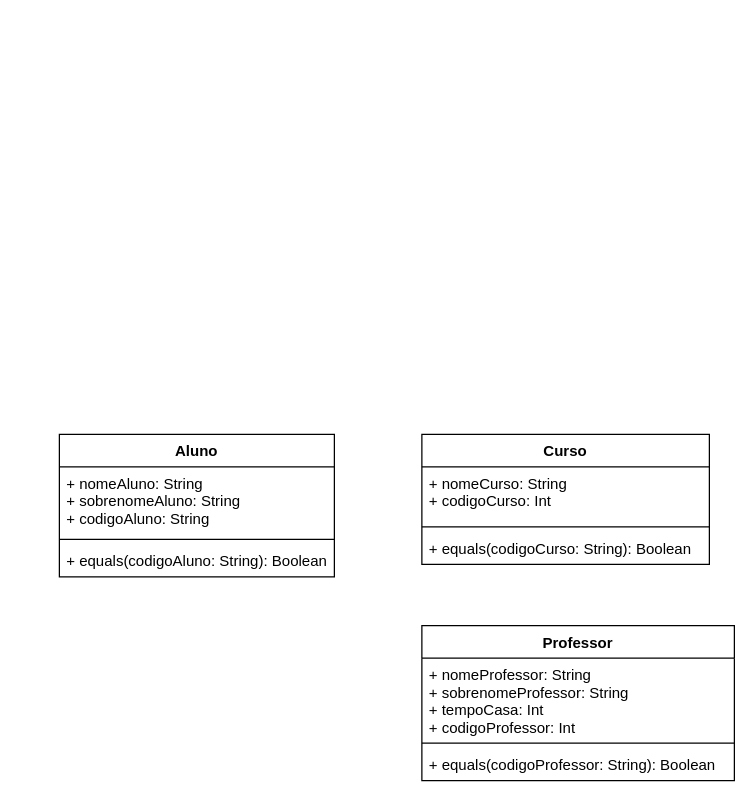
The draw.io diagram DesafioKotlin_UML.drawio in marina-saito/DH_Desafio_Kotlin, before the edit. Source tidied: cells renumbered, new cells numbered last; positions are measured from the earlier drawing's top-left corner, leaving out a move shared by most shapes. Both pictures are drawn from the tidied source at 125%, with x=0, y=0 at pixel (59, 434).
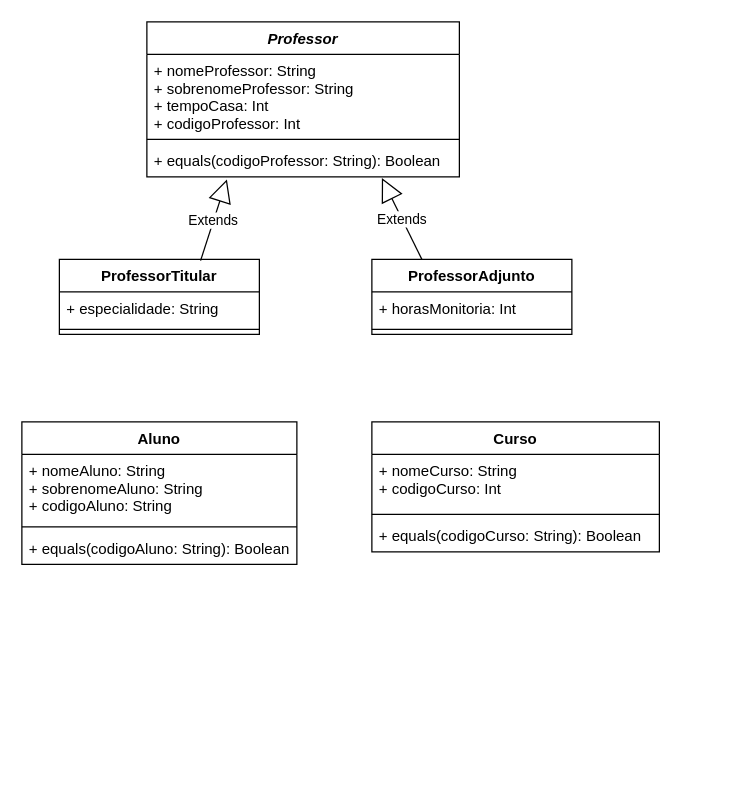
The same diagram, later.

Commit message (it also covers changes not shown here):
Parte D - Abstração da classe Professor e criação das classes ProfessorTitular e ProfesorAdjunto

What changed in the source:
```diff
@@
+    <mxCell id="14" value="ProfessorTitular" style="swimlane;fontStyle=1;align=center;verticalAlign=top;horizontal=1;startSize=26;" parent="1" vertex="1">
+      <mxGeometry y="-140" width="160" height="60" as="geometry" />
+    </mxCell>
+    <mxCell id="15" value="+ especialidade: String" style="text;strokeColor=none;fillColor=none;align=left;verticalAlign=top;spacingLeft=4;spacingRight=4;overflow=hidden;" parent="14" vertex="1">
+      <mxGeometry y="26" width="160" height="26" as="geometry" />
+    </mxCell>
+    <mxCell id="16" style="line;strokeWidth=1;fillColor=none;align=left;verticalAlign=middle;spacingTop=-1;spacingLeft=3;spacingRight=3;labelPosition=right;" parent="14" vertex="1">
+      <mxGeometry y="52" width="160" height="8" as="geometry" />
+    </mxCell>
+    <mxCell id="17" value="ProfessorAdjunto" style="swimlane;fontStyle=1;align=center;verticalAlign=top;horizontal=1;startSize=26;" parent="1" vertex="1">
+      <mxGeometry x="250" y="-140" width="160" height="60" as="geometry" />
+    </mxCell>
+    <mxCell id="18" value="+ horasMonitoria: Int" style="text;strokeColor=none;fillColor=none;align=left;verticalAlign=top;spacingLeft=4;spacingRight=4;overflow=hidden;" parent="17" vertex="1">
+      <mxGeometry y="26" width="160" height="26" as="geometry" />
+    </mxCell>
+    <mxCell id="19" style="line;strokeWidth=1;fillColor=none;align=left;verticalAlign=middle;spacingTop=-1;spacingLeft=3;spacingRight=3;labelPosition=right;" parent="17" vertex="1">
+      <mxGeometry y="52" width="160" height="8" as="geometry" />
+    </mxCell>
+    <mxCell id="10" value="Professor" style="swimlane;fontStyle=3;align=center;verticalAlign=top;horizontal=1;startSize=26;" parent="1" vertex="1">
+      <mxGeometry x="70" y="-330" width="250" height="124" as="geometry" />
+    </mxCell>
+    <mxCell id="11" value="+ nomeProfessor: String&#10;+ sobrenomeProfessor: String&#10;+ tempoCasa: Int&#10;+ codigoProfessor: Int" style="text;strokeColor=none;fillColor=none;align=left;verticalAlign=top;spacingLeft=4;spacingRight=4;overflow=hidden;" parent="10" vertex="1">
+      <mxGeometry y="26" width="250" height="64" as="geometry" />
+    </mxCell>
+    <mxCell id="12" style="line;strokeWidth=1;fillColor=none;align=left;verticalAlign=middle;spacingTop=-1;spacingLeft=3;spacingRight=3;labelPosition=right;" parent="10" vertex="1">
+      <mxGeometry y="90" width="250" height="8" as="geometry" />
+    </mxCell>
+    <mxCell id="13" value="+ equals(codigoProfessor: String): Boolean" style="text;strokeColor=none;fillColor=none;align=left;verticalAlign=top;spacingLeft=4;spacingRight=4;overflow=hidden;points=[[0,0.5],[1,0.5]];portConstraint=eastwest;" parent="10" vertex="1">
+      <mxGeometry y="98" width="250" height="26" as="geometry" />
+    </mxCell>
+    <mxCell id="20" value="Extends" style="endArrow=block;endSize=16;endFill=0;html=1;exitX=0.706;exitY=0.017;exitDx=0;exitDy=0;entryX=0.256;entryY=1.077;entryDx=0;entryDy=0;entryPerimeter=0;exitPerimeter=0;" parent="1" edge="1" source="14" target="13">
+      <mxGeometry relative="1" as="geometry" />
+    </mxCell>
+    <mxCell id="21" value="Extends" style="endArrow=block;endSize=16;endFill=0;html=1;exitX=0.25;exitY=0;exitDx=0;exitDy=0;entryX=0.752;entryY=1.038;entryDx=0;entryDy=0;entryPerimeter=0;" parent="1" edge="1" source="17" target="13">
+      <mxGeometry relative="1" as="geometry" />
+    </mxCell>
     <mxCell id="2" value="Aluno" style="swimlane;fontStyle=1;align=center;verticalAlign=top;horizontal=1;startSize=26;" parent="1" vertex="1">
-      <mxGeometry width="220" height="114" as="geometry" />
+      <mxGeometry x="-30" y="-10" width="220" height="114" as="geometry" />
     </mxCell>
@@
     <mxCell id="6" value="Curso" style="swimlane;fontStyle=1;align=center;verticalAlign=top;horizontal=1;startSize=26;" parent="1" vertex="1">
-      <mxGeometry x="290" width="230" height="104" as="geometry" />
+      <mxGeometry x="250" y="-10" width="230" height="104" as="geometry" />
     </mxCell>
@@
-    <mxCell id="10" value="Professor" style="swimlane;fontStyle=1;align=center;verticalAlign=top;horizontal=1;startSize=26;" parent="1" vertex="1">
-      <mxGeometry x="290" y="153" width="250" height="124" as="geometry" />
-    </mxCell>
-    <mxCell id="11" value="+ nomeProfessor: String&#10;+ sobrenomeProfessor: String&#10;+ tempoCasa: Int&#10;+ codigoProfessor: Int" style="text;strokeColor=none;fillColor=none;align=left;verticalAlign=top;spacingLeft=4;spacingRight=4;overflow=hidden;" parent="10" vertex="1">
-      <mxGeometry y="26" width="250" height="64" as="geometry" />
-    </mxCell>
-    <mxCell id="12" style="line;strokeWidth=1;fillColor=none;align=left;verticalAlign=middle;spacingTop=-1;spacingLeft=3;spacingRight=3;labelPosition=right;" parent="10" vertex="1">
-      <mxGeometry y="90" width="250" height="8" as="geometry" />
-    </mxCell>
-    <mxCell id="13" value="+ equals(codigoProfessor: String): Boolean" style="text;strokeColor=none;fillColor=none;align=left;verticalAlign=top;spacingLeft=4;spacingRight=4;overflow=hidden;points=[[0,0.5],[1,0.5]];portConstraint=eastwest;" parent="10" vertex="1">
-      <mxGeometry y="98" width="250" height="26" as="geometry" />
-    </mxCell>
```
